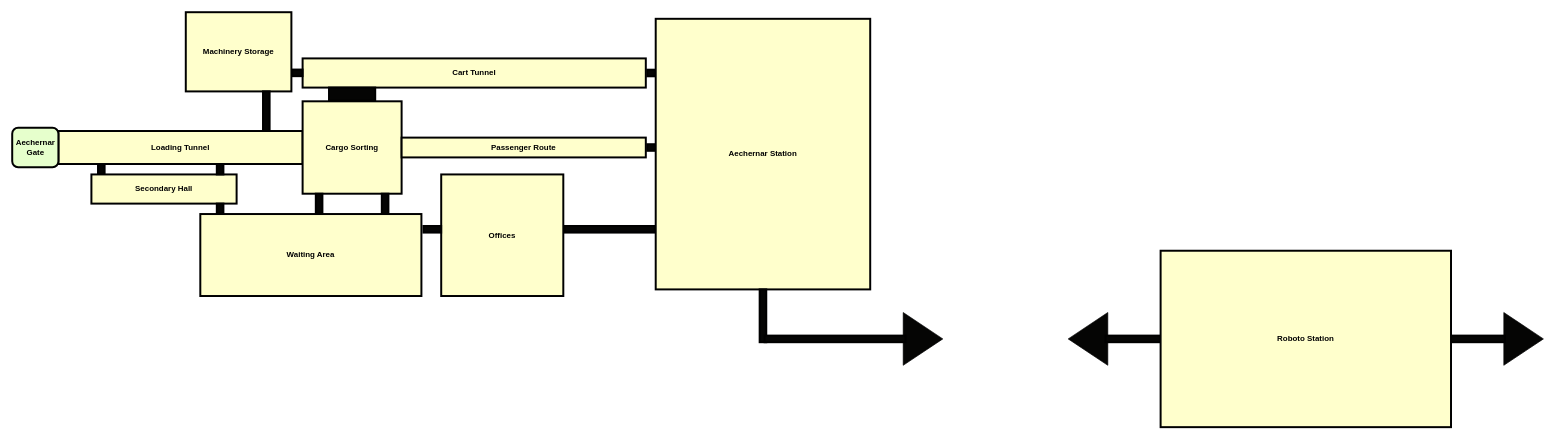
ChoirOfAngles/Trespassers keeps this draw.io diagram as page "Roboto" (3 of 3) of DnDDimensions.drawio. Above is the earlier version. Source tidied: cells renumbered, new cells numbered last; positions are measured from the earlier drawing's top-left corner, leaving out a move shared by most shapes. Both pictures are drawn from the tidied source at 66%, with x=0, y=0 at pixel (12, 12).
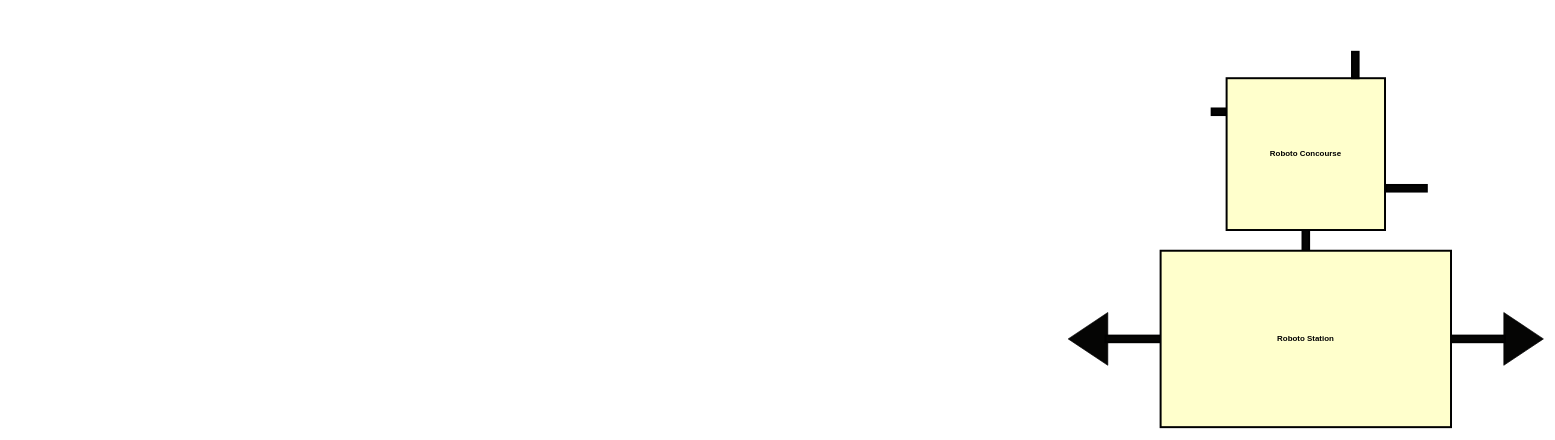
Above is the later version.

Diff of the diagram source:
```diff
@@
-    <mxCell id="2" style="whiteSpace=wrap;align=center;verticalAlign=middle;fontStyle=1;strokeWidth=3;fillColor=#050504;" parent="1" vertex="1">
-      <mxGeometry x="130" y="230" width="10" height="15.8" as="geometry" />
-    </mxCell>
-    <mxCell id="3" value="Loading Tunnel" style="whiteSpace=wrap;align=center;verticalAlign=middle;fontStyle=1;strokeWidth=3;fillColor=#FFFFCC;" parent="1" vertex="1">
-      <mxGeometry x="70" y="180" width="370" height="50" as="geometry" />
-    </mxCell>
-    <mxCell id="4" value="Aechernar&lt;br&gt;Gate" style="verticalAlign=middle;align=center;fontSize=12;fontFamily=Helvetica;html=1;rounded=1;fontStyle=1;strokeWidth=3;fillColor=#E6FFCC;" parent="1" vertex="1">
-      <mxGeometry y="175" width="70" height="60" as="geometry" />
-    </mxCell>
-    <mxCell id="5" value="Secondary Hall" style="whiteSpace=wrap;align=center;verticalAlign=middle;fontStyle=1;strokeWidth=3;fillColor=#FFFFCC;" parent="1" vertex="1">
-      <mxGeometry x="120" y="245.8" width="220" height="44.2" as="geometry" />
-    </mxCell>
-    <mxCell id="6" value="Cargo Sorting" style="whiteSpace=wrap;align=center;verticalAlign=middle;fontStyle=1;strokeWidth=3;fillColor=#FFFFCC;" parent="1" vertex="1">
-      <mxGeometry x="440" y="135" width="150" height="140" as="geometry" />
-    </mxCell>
-    <mxCell id="7" style="whiteSpace=wrap;align=center;verticalAlign=middle;fontStyle=1;strokeWidth=3;fillColor=#050504;" parent="1" vertex="1">
-      <mxGeometry x="460" y="275" width="10" height="35" as="geometry" />
-    </mxCell>
-    <mxCell id="8" style="whiteSpace=wrap;align=center;verticalAlign=middle;fontStyle=1;strokeWidth=3;fillColor=#050504;" parent="1" vertex="1">
-      <mxGeometry x="560" y="275" width="10" height="35" as="geometry" />
-    </mxCell>
-    <mxCell id="9" value="Cart Tunnel" style="whiteSpace=wrap;align=center;verticalAlign=middle;fontStyle=1;strokeWidth=3;fillColor=#FFFFCC;" parent="1" vertex="1">
-      <mxGeometry x="440" y="70" width="520" height="44.2" as="geometry" />
-    </mxCell>
-    <mxCell id="10" style="whiteSpace=wrap;align=center;verticalAlign=middle;fontStyle=1;strokeWidth=3;fillColor=#050504;" parent="1" vertex="1">
-      <mxGeometry x="480" y="114.2" width="70" height="19.8" as="geometry" />
-    </mxCell>
-    <mxCell id="11" value="Passenger Route" style="whiteSpace=wrap;align=center;verticalAlign=middle;fontStyle=1;strokeWidth=3;fillColor=#FFFFCC;" parent="1" vertex="1">
-      <mxGeometry x="590" y="190" width="370" height="30" as="geometry" />
-    </mxCell>
-    <mxCell id="12" style="whiteSpace=wrap;align=center;verticalAlign=middle;fontStyle=1;strokeWidth=3;fillColor=#050504;rotation=90;" parent="1" vertex="1">
-      <mxGeometry x="965" y="197.1" width="10" height="15.8" as="geometry" />
-    </mxCell>
-    <mxCell id="13" style="whiteSpace=wrap;align=center;verticalAlign=middle;fontStyle=1;strokeWidth=3;fillColor=#050504;rotation=90;" parent="1" vertex="1">
-      <mxGeometry x="965" y="84.2" width="10" height="15.8" as="geometry" />
-    </mxCell>
-    <mxCell id="14" value="Aechernar Station" style="whiteSpace=wrap;align=center;verticalAlign=middle;fontStyle=1;strokeWidth=3;fillColor=#FFFFCC;" parent="1" vertex="1">
-      <mxGeometry x="975" y="10" width="325" height="410" as="geometry" />
-    </mxCell>
-    <mxCell id="15" style="whiteSpace=wrap;align=center;verticalAlign=middle;fontStyle=1;strokeWidth=3;fillColor=#050504;" parent="1" vertex="1">
-      <mxGeometry x="310" y="290" width="10" height="15.8" as="geometry" />
-    </mxCell>
-    <mxCell id="16" value="Waiting Area" style="whiteSpace=wrap;align=center;verticalAlign=middle;fontStyle=1;strokeWidth=3;fillColor=#FFFFCC;" parent="1" vertex="1">
-      <mxGeometry x="285" y="305.8" width="335" height="124.2" as="geometry" />
-    </mxCell>
-    <mxCell id="17" style="whiteSpace=wrap;align=center;verticalAlign=middle;fontStyle=1;strokeWidth=3;fillColor=#050504;" parent="1" vertex="1">
-      <mxGeometry x="310" y="230" width="10" height="15.8" as="geometry" />
-    </mxCell>
-    <mxCell id="18" style="whiteSpace=wrap;align=center;verticalAlign=middle;fontStyle=1;strokeWidth=3;fillColor=#050504;rotation=90;" parent="1" vertex="1">
-      <mxGeometry x="427" y="84" width="10" height="15.8" as="geometry" />
-    </mxCell>
-    <mxCell id="19" value="Machinery Storage" style="whiteSpace=wrap;align=center;verticalAlign=middle;fontStyle=1;strokeWidth=3;fillColor=#FFFFCC;" parent="1" vertex="1">
-      <mxGeometry x="263" width="160" height="120" as="geometry" />
-    </mxCell>
-    <mxCell id="20" style="whiteSpace=wrap;align=center;verticalAlign=middle;fontStyle=1;strokeWidth=3;fillColor=#050504;" parent="1" vertex="1">
-      <mxGeometry x="380" y="120" width="10" height="60" as="geometry" />
-    </mxCell>
-    <mxCell id="21" style="triangle;whiteSpace=wrap;html=1;hachureGap=4;strokeColor=default;fillColor=#050504;rotation=0;" parent="1" vertex="1">
-      <mxGeometry x="1350" y="455" width="60" height="80" as="geometry" />
-    </mxCell>
-    <mxCell id="22" style="whiteSpace=wrap;align=center;verticalAlign=middle;fontStyle=1;strokeWidth=3;fillColor=#050504;" parent="1" vertex="1">
-      <mxGeometry x="1132.5" y="420" width="10" height="80" as="geometry" />
-    </mxCell>
-    <mxCell id="23" value="Offices" style="whiteSpace=wrap;align=center;verticalAlign=middle;fontStyle=1;strokeWidth=3;fillColor=#FFFFCC;" parent="1" vertex="1">
-      <mxGeometry x="650" y="245.8" width="185" height="184.2" as="geometry" />
-    </mxCell>
-    <mxCell id="24" style="whiteSpace=wrap;align=center;verticalAlign=middle;fontStyle=1;strokeWidth=3;fillColor=#050504;rotation=90;" parent="1" vertex="1">
-      <mxGeometry x="631.5" y="315.5" width="10" height="26.8" as="geometry" />
-    </mxCell>
-    <mxCell id="25" style="whiteSpace=wrap;align=center;verticalAlign=middle;fontStyle=1;strokeWidth=3;fillColor=#050504;rotation=90;" parent="1" vertex="1">
-      <mxGeometry x="900.5" y="260.5" width="10" height="136.8" as="geometry" />
-    </mxCell>
+    <mxCell id="32" style="whiteSpace=wrap;align=center;verticalAlign=middle;fontStyle=1;strokeWidth=3;fillColor=#050504;rotation=0;" parent="1" vertex="1">
+      <mxGeometry x="1955" y="300" width="10" height="93.4" as="geometry" />
+    </mxCell>
@@
-    <mxCell id="27" style="whiteSpace=wrap;align=center;verticalAlign=middle;fontStyle=1;strokeWidth=3;fillColor=#050504;rotation=90;" parent="1" vertex="1">
-      <mxGeometry x="1241.7" y="388.3" width="10" height="213.4" as="geometry" />
-    </mxCell>
@@
+    <mxCell id="33" value="Roboto Concourse" style="whiteSpace=wrap;align=center;verticalAlign=middle;fontStyle=1;strokeWidth=3;fillColor=#FFFFCC;" parent="1" vertex="1">
+      <mxGeometry x="1840" y="100" width="240" height="230" as="geometry" />
+    </mxCell>
+    <mxCell id="34" style="whiteSpace=wrap;align=center;verticalAlign=middle;fontStyle=1;strokeWidth=3;fillColor=#050504;rotation=0;" parent="1" vertex="1">
+      <mxGeometry x="2030" y="60" width="10" height="40" as="geometry" />
+    </mxCell>
+    <mxCell id="35" style="whiteSpace=wrap;align=center;verticalAlign=middle;fontStyle=1;strokeWidth=3;fillColor=#050504;rotation=90;" parent="1" vertex="1">
+      <mxGeometry x="2107.5" y="235.9" width="10" height="61.7" as="geometry" />
+    </mxCell>
+    <mxCell id="36" style="whiteSpace=wrap;align=center;verticalAlign=middle;fontStyle=1;strokeWidth=3;fillColor=#050504;rotation=90;" parent="1" vertex="1">
+      <mxGeometry x="1823.1" y="140.1" width="10" height="21.5" as="geometry" />
+    </mxCell>
```
